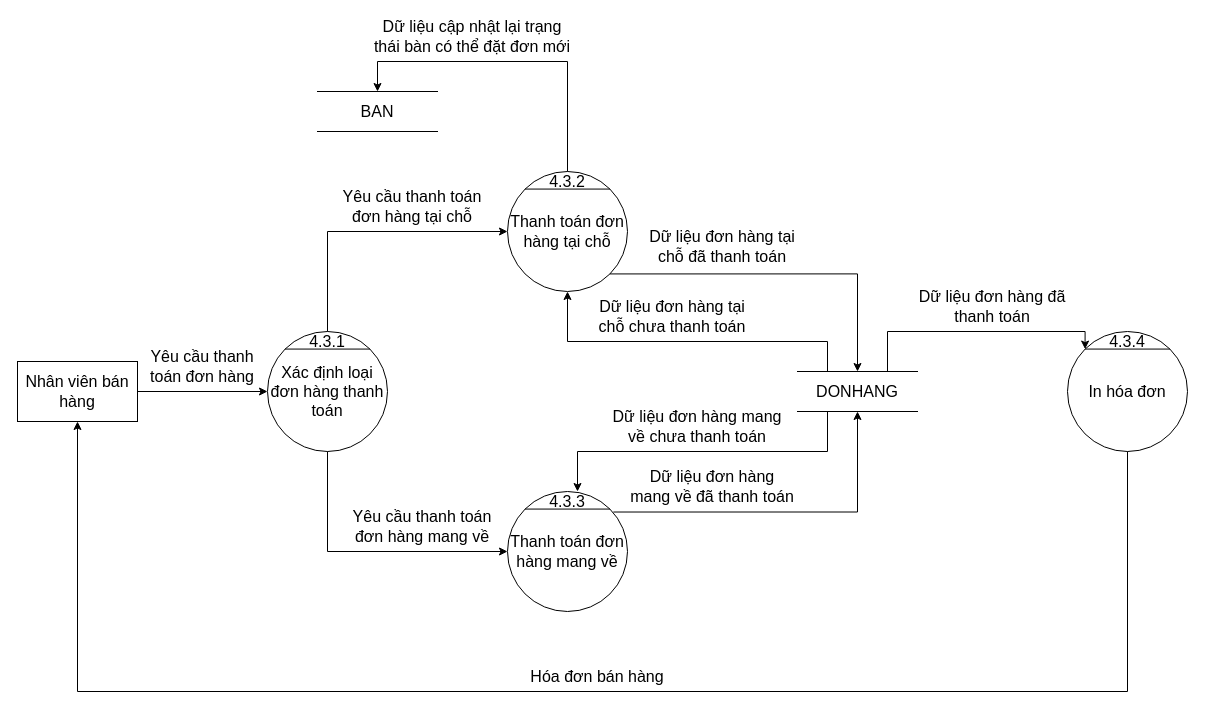
Above: BFD&DFD/BFD&DFD mức 0, 1, 2, 3/DFD_2_Payment.drawio in hungtadasuke/CoffeShop_SoftwareTechnology (draw.io), before the change. Source tidied: cells renumbered, new cells numbered last; positions are measured from the earlier drawing's top-left corner, leaving out a move shared by most shapes. Both pictures are drawn from the tidied source at 100%, with x=0, y=0 at pixel (17, 21).
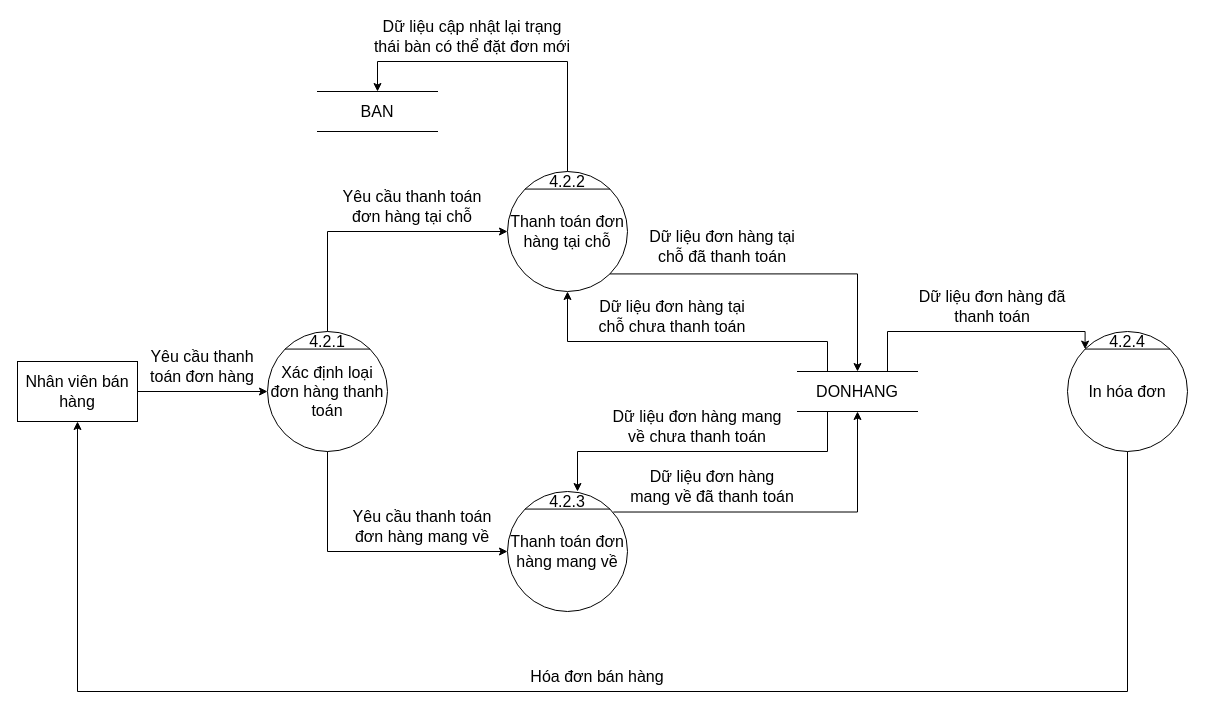
After the change.

What changed in the source:
```diff
@@
-    <mxCell id="4" value="4.3.1" style="text;html=1;strokeColor=none;fillColor=none;align=center;verticalAlign=middle;whiteSpace=wrap;rounded=0;fontSize=16;" parent="1" vertex="1">
+    <mxCell id="4" value="4.2.1" style="text;html=1;strokeColor=none;fillColor=none;align=center;verticalAlign=middle;whiteSpace=wrap;rounded=0;fontSize=16;" parent="1" vertex="1">
       <mxGeometry x="290" y="310" width="40" height="20" as="geometry" />
     </mxCell>
@@
-    <mxCell id="10" value="4.3.2" style="text;html=1;strokeColor=none;fillColor=none;align=center;verticalAlign=middle;whiteSpace=wrap;rounded=0;fontSize=16;" parent="1" vertex="1">
+    <mxCell id="10" value="4.2.2" style="text;html=1;strokeColor=none;fillColor=none;align=center;verticalAlign=middle;whiteSpace=wrap;rounded=0;fontSize=16;" parent="1" vertex="1">
       <mxGeometry x="530" y="150" width="40" height="20" as="geometry" />
     </mxCell>
@@
-    <mxCell id="13" value="4.3.3" style="text;html=1;strokeColor=none;fillColor=none;align=center;verticalAlign=middle;whiteSpace=wrap;rounded=0;fontSize=16;" parent="1" vertex="1">
+    <mxCell id="13" value="4.2.3" style="text;html=1;strokeColor=none;fillColor=none;align=center;verticalAlign=middle;whiteSpace=wrap;rounded=0;fontSize=16;" parent="1" vertex="1">
       <mxGeometry x="530" y="470" width="40" height="20" as="geometry" />
     </mxCell>
@@
-    <mxCell id="32" value="4.3.4" style="text;html=1;strokeColor=none;fillColor=none;align=center;verticalAlign=middle;whiteSpace=wrap;rounded=0;fontSize=16;" parent="1" vertex="1">
+    <mxCell id="32" value="4.2.4" style="text;html=1;strokeColor=none;fillColor=none;align=center;verticalAlign=middle;whiteSpace=wrap;rounded=0;fontSize=16;" parent="1" vertex="1">
       <mxGeometry x="1090" y="310" width="40" height="20" as="geometry" />
     </mxCell>
```
